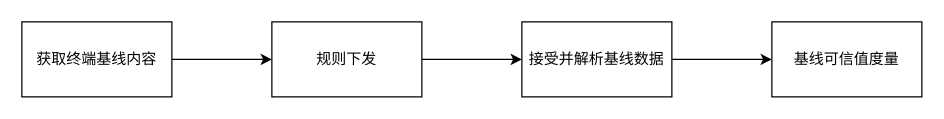
This is testDirectory/基线可信度量流程图.drawio from Moose1273/-, a draw.io file, before an edit. Source tidied: cells renumbered, new cells numbered last; positions are measured from the earlier drawing's top-left corner, leaving out a move shared by most shapes. Both pictures are drawn from the tidied source at 125%, with x=0, y=0 at pixel (21, 21).
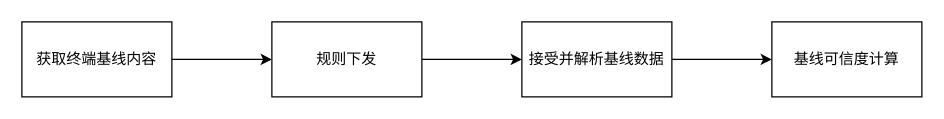
The same page after the edit.

Commit message (it also covers changes not shown here):
更新基线可信度量流程图.drawio

The edit, as a diff of the source:
```diff
@@
 <mxGraphModel>
   <root>
     <mxCell id="0" />
     <mxCell id="1" parent="0" />
     <mxCell id="2" style="edgeStyle=orthogonalEdgeStyle;rounded=0;jettySize=auto;html=1;" parent="1" edge="1" source="3" target="5">
       <mxGeometry relative="1" as="geometry" />
     </mxCell>
     <mxCell id="3" value="获取终端基线内容" style="rounded=0;whiteSpace=wrap;html=1;" parent="1" vertex="1">
       <mxGeometry width="120" height="60" as="geometry" />
     </mxCell>
     <mxCell id="4" style="edgeStyle=orthogonalEdgeStyle;rounded=0;jettySize=auto;html=1;" parent="1" edge="1" source="5" target="7">
       <mxGeometry relative="1" as="geometry" />
     </mxCell>
     <mxCell id="5" value="规则下发" style="rounded=0;whiteSpace=wrap;html=1;" parent="1" vertex="1">
       <mxGeometry x="200" width="120" height="60" as="geometry" />
     </mxCell>
     <mxCell id="6" style="edgeStyle=orthogonalEdgeStyle;rounded=0;jettySize=auto;html=1;" parent="1" edge="1" source="7" target="8">
       <mxGeometry relative="1" as="geometry" />
     </mxCell>
     <mxCell id="7" value="接受并解析基线数据" style="rounded=0;whiteSpace=wrap;html=1;" parent="1" vertex="1">
       <mxGeometry x="400" width="120" height="60" as="geometry" />
     </mxCell>
-    <mxCell id="8" value="基线可信值度量" style="rounded=0;whiteSpace=wrap;html=1;" parent="1" vertex="1">
+    <mxCell id="8" value="基线可信度计算" style="rounded=0;whiteSpace=wrap;html=1;" parent="1" vertex="1">
       <mxGeometry x="600" width="120" height="60" as="geometry" />
     </mxCell>
   </root>
 </mxGraphModel>
```
